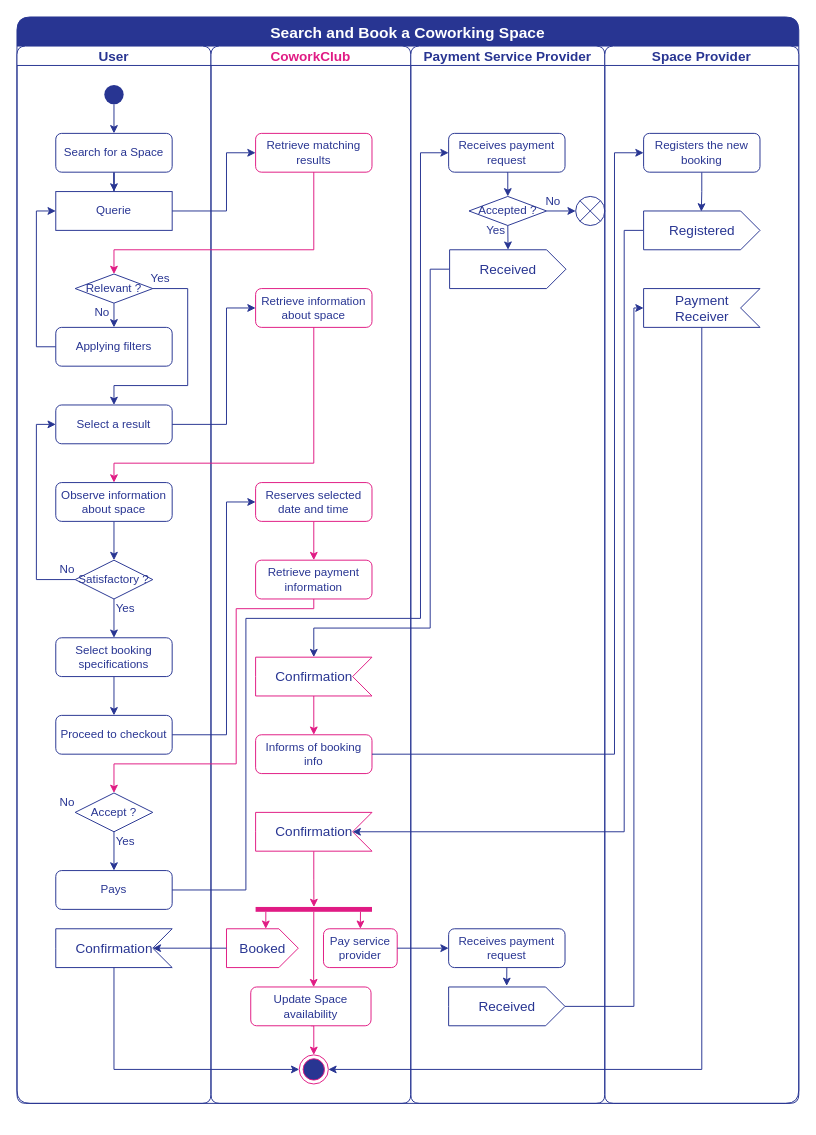
This is page "Booking" (1 of 3) of documentation/elaboration/models.drawio from DavidAraujo98/CoworkClub, a draw.io file, before an edit. Source tidied: cells renumbered, new cells numbered last; positions are measured from the earlier drawing's top-left corner, leaving out a move shared by most shapes. Both pictures are drawn from the tidied source at 97%, with x=0, y=0 at pixel (16, 16).
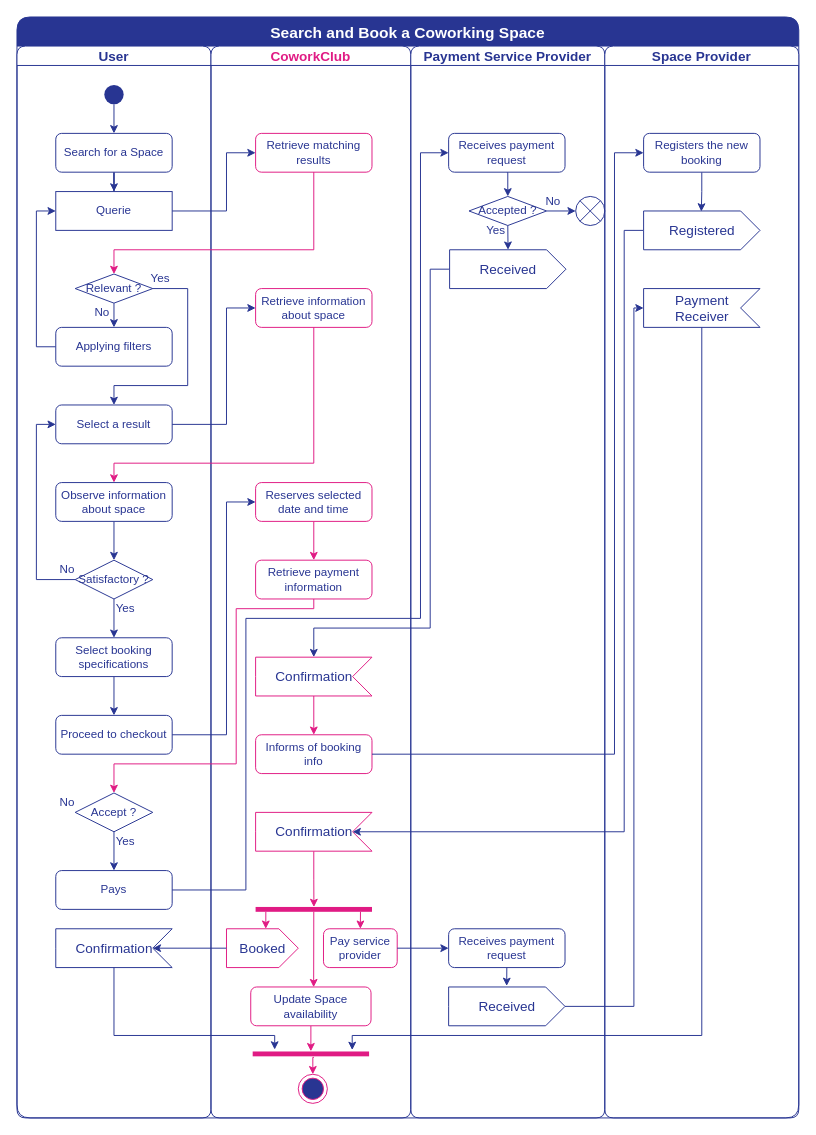
Above is the later version.

The change refers to these unchanged cells:
```xml
<mxCell id="32" value="Confirmation" style="html=1;shape=mxgraph.infographic.ribbonSimple;notch1=20;notch2=0;align=center;verticalAlign=middle;fontSize=14;fontStyle=0;flipH=1;fillColor=#FFFFFF;fontColor=#283592;strokeColor=#283592;" parent="3" vertex="1">
  <mxGeometry x="40" y="910" width="120" height="40" as="geometry" />
</mxCell>
<mxCell id="50" value="Update Space availability" style="rounded=1;whiteSpace=wrap;html=1;strokeColor=#E01B84;fontColor=#283592;" parent="33" vertex="1">
  <mxGeometry x="41" y="970" width="124" height="40" as="geometry" />
</mxCell>
<mxCell id="70" value="Payment&lt;br&gt;Receiver" style="html=1;shape=mxgraph.infographic.ribbonSimple;notch1=20;notch2=0;align=center;verticalAlign=middle;fontSize=14;fontStyle=0;flipH=1;fillColor=#FFFFFF;fontColor=#283592;strokeColor=#283592;" parent="66" vertex="1">
  <mxGeometry x="40" y="250" width="120" height="40" as="geometry" />
</mxCell>
```

The edit, as a diff of the source:
```diff
@@
     <mxCell id="2" value="Search and Book a Coworking Space" style="swimlane;startSize=30;swimlaneFillColor=none;gradientColor=none;rounded=1;fillColor=#283592;fontColor=#FFFFFF;strokeColor=#283592;fontSize=16;" parent="1" vertex="1">
-      <mxGeometry width="806" height="1120" as="geometry" />
+      <mxGeometry width="806" height="1135" as="geometry" />
     </mxCell>
     <mxCell id="3" value="User" style="swimlane;startSize=20;rounded=1;strokeColor=#283592;fontColor=#283592;fontSize=14;" parent="2" vertex="1">
-      <mxGeometry y="30" width="200" height="1090" as="geometry" />
+      <mxGeometry y="30" width="200" height="1105" as="geometry" />
     </mxCell>
@@
     <mxCell id="33" value="CoworkClub" style="swimlane;startSize=20;rounded=1;fontColor=#E01B84;strokeColor=#283592;fontSize=14;" parent="2" vertex="1">
-      <mxGeometry x="200" y="30" width="206" height="1090" as="geometry" />
+      <mxGeometry x="200" y="30" width="206" height="1105" as="geometry" />
     </mxCell>
@@
-    <mxCell id="49" style="edgeStyle=orthogonalEdgeStyle;rounded=0;jettySize=auto;html=1;exitX=0.5;exitY=1;exitDx=0;exitDy=0;entryX=0.5;entryY=0;entryDx=0;entryDy=0;fontSize=14;fontColor=#E01B84;strokeColor=#E01B84;" parent="33" edge="1" source="50" target="52">
+    <mxCell id="49" style="edgeStyle=orthogonalEdgeStyle;rounded=0;jettySize=auto;html=1;exitX=0.5;exitY=1;exitDx=0;exitDy=0;entryX=-0.045;entryY=0.5;entryDx=0;entryDy=0;fontSize=14;fontColor=#E01B84;strokeColor=#E01B84;entryPerimeter=0;" parent="33" edge="1" source="50" target="86">
       <mxGeometry relative="1" as="geometry" />
     </mxCell>
@@
     <mxCell id="52" style="ellipse;html=1;shape=endState;fillColor=#283592;strokeColor=#E01B84;fontSize=14;fontColor=#E01B84;" parent="33" vertex="1">
-      <mxGeometry x="91" y="1040" width="30" height="30" as="geometry" />
+      <mxGeometry x="90" y="1060" width="30" height="30" as="geometry" />
     </mxCell>
+    <mxCell id="86" style="html=1;points=[];perimeter=orthogonalPerimeter;fillColor=#E01B84;strokeColor=none;fontSize=14;fontColor=#E01B84;rotation=90;" parent="33" vertex="1">
+      <mxGeometry x="100.5" y="979" width="5" height="120" as="geometry" />
+    </mxCell>
+    <mxCell id="87" style="edgeStyle=orthogonalEdgeStyle;rounded=0;jettySize=auto;html=1;exitX=1.213;exitY=0.474;exitDx=0;exitDy=0;entryX=0.5;entryY=0;entryDx=0;entryDy=0;fontSize=14;fontColor=#E01B84;strokeColor=#E01B84;exitPerimeter=0;" parent="33" edge="1" source="86" target="52">
+      <mxGeometry relative="1" as="geometry" />
+    </mxCell>
     <mxCell id="53" value="Payment Service Provider" style="swimlane;startSize=20;rounded=1;fontColor=#283592;strokeColor=#283592;fontSize=14;" parent="2" vertex="1">
-      <mxGeometry x="406" y="30" width="200" height="1090" as="geometry" />
+      <mxGeometry x="406" y="30" width="200" height="1105" as="geometry" />
     </mxCell>
@@
     <mxCell id="66" value="Space Provider" style="swimlane;startSize=20;rounded=1;fontColor=#283592;strokeColor=#283592;fontSize=14;" parent="2" vertex="1">
-      <mxGeometry x="606" y="30" width="200" height="1090" as="geometry" />
+      <mxGeometry x="606" y="30" width="200" height="1105" as="geometry" />
     </mxCell>
@@
-    <mxCell id="82" style="edgeStyle=orthogonalEdgeStyle;rounded=0;jettySize=auto;html=1;exitX=0;exitY=0;exitDx=60;exitDy=40;exitPerimeter=0;entryX=0;entryY=0.5;entryDx=0;entryDy=0;fontSize=14;fontColor=#E01B84;strokeColor=#283592;" parent="2" edge="1" source="32" target="52">
-      <mxGeometry relative="1" as="geometry" />
+    <mxCell id="82" style="edgeStyle=orthogonalEdgeStyle;rounded=0;jettySize=auto;html=1;exitX=0;exitY=0;exitDx=60;exitDy=40;exitPerimeter=0;entryX=-0.401;entryY=0.811;entryDx=0;entryDy=0;fontSize=14;fontColor=#E01B84;strokeColor=#283592;entryPerimeter=0;" parent="2" edge="1" source="32" target="86">
+      <mxGeometry relative="1" as="geometry">
+        <Array as="points">
+          <mxPoint x="100" y="1050" />
+          <mxPoint x="266" y="1050" />
+        </Array>
+      </mxGeometry>
     </mxCell>
@@
-    <mxCell id="85" style="edgeStyle=orthogonalEdgeStyle;rounded=0;jettySize=auto;html=1;exitX=0;exitY=0;exitDx=60;exitDy=40;exitPerimeter=0;entryX=1;entryY=0.5;entryDx=0;entryDy=0;fontSize=14;fontColor=#E01B84;strokeColor=#283592;" parent="2" edge="1" source="70" target="52">
-      <mxGeometry relative="1" as="geometry" />
+    <mxCell id="85" style="edgeStyle=orthogonalEdgeStyle;rounded=0;jettySize=auto;html=1;exitX=0;exitY=0;exitDx=60;exitDy=40;exitPerimeter=0;entryX=-0.307;entryY=0.145;entryDx=0;entryDy=0;fontSize=14;fontColor=#E01B84;strokeColor=#283592;entryPerimeter=0;" parent="2" edge="1" source="70" target="86">
+      <mxGeometry relative="1" as="geometry">
+        <Array as="points">
+          <mxPoint x="706" y="1050" />
+          <mxPoint x="346" y="1050" />
+        </Array>
+      </mxGeometry>
     </mxCell>
```
